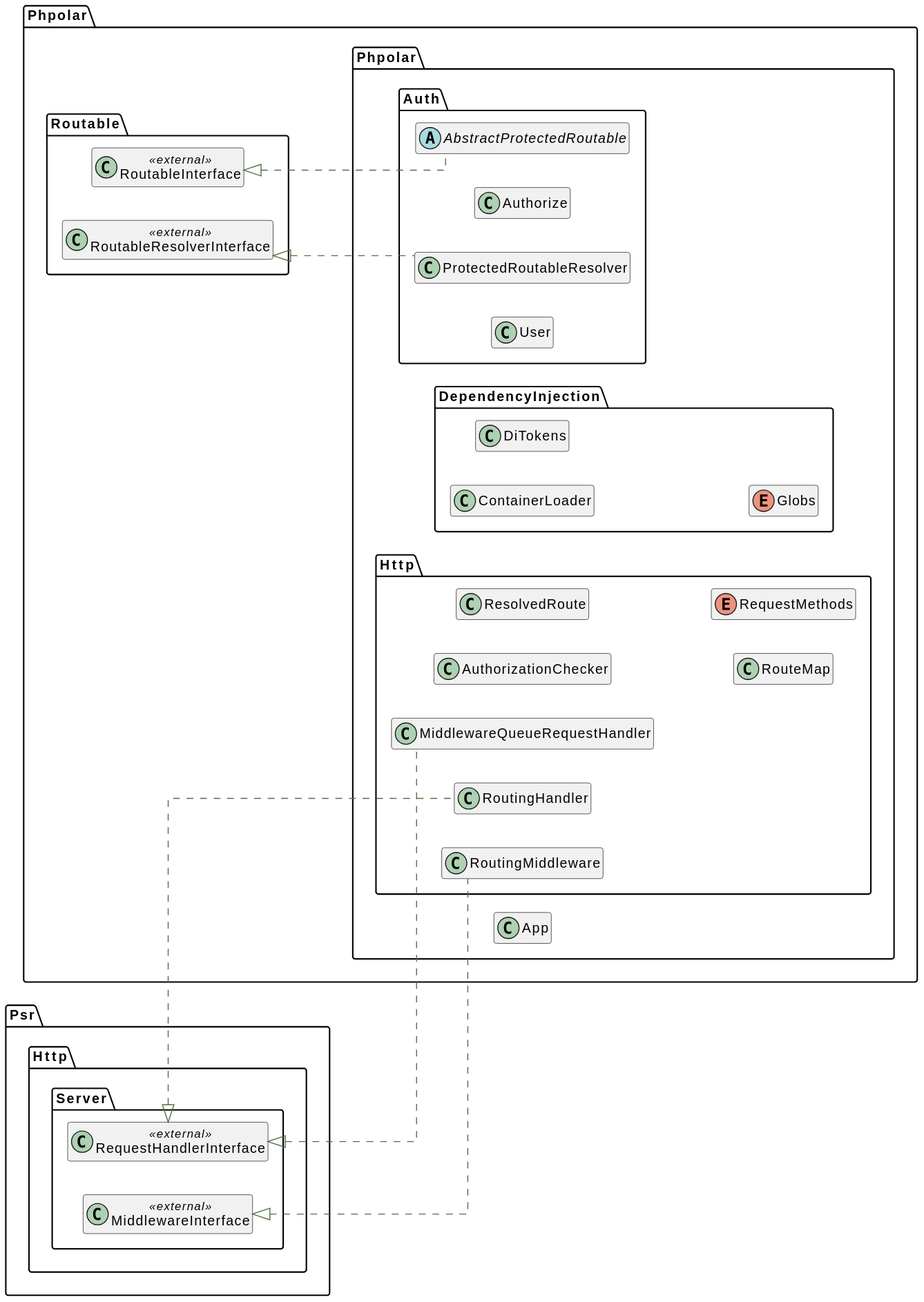
This is docs/graphs/classes.svg from phpolar/phpolar, a PlantUML export, as it was before one commit.
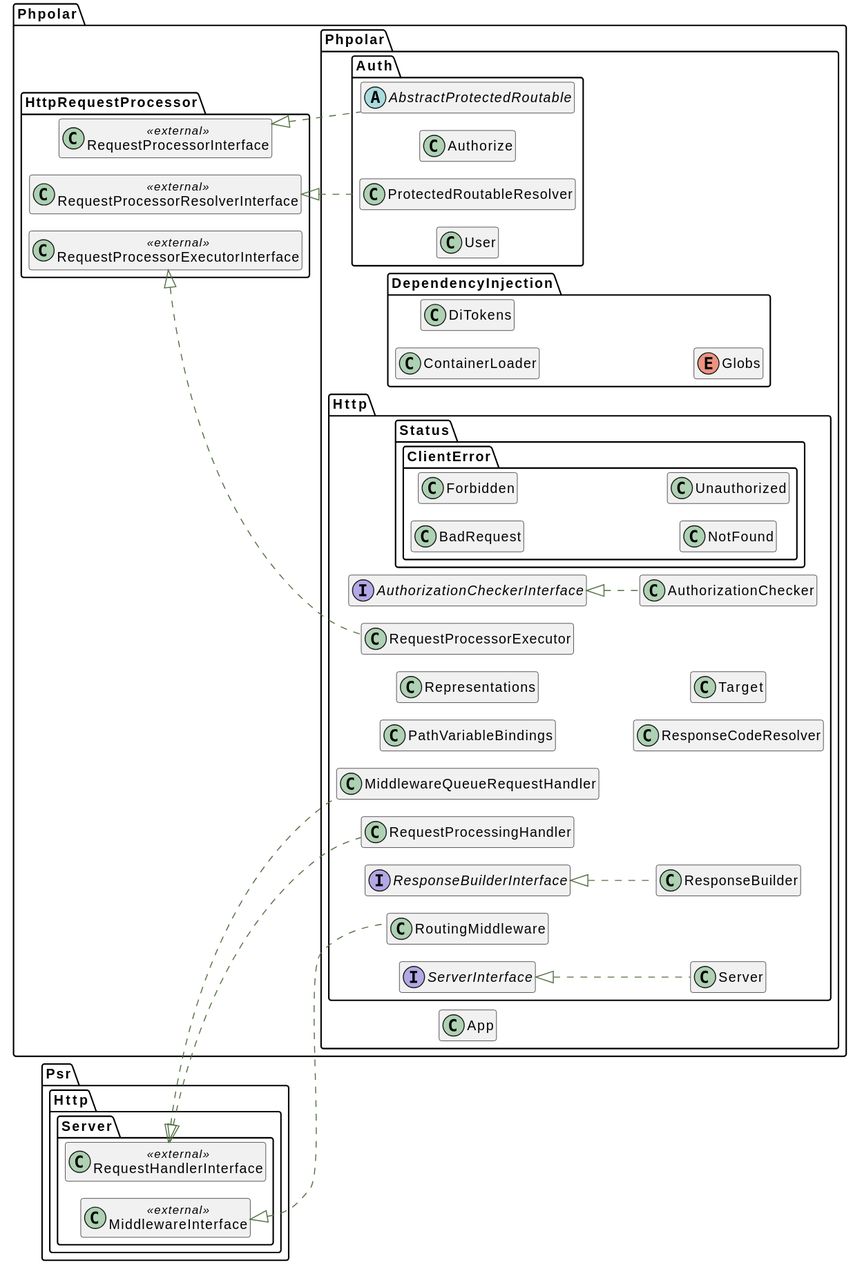
Later version of the same file.

Diff of the diagram source:
```diff
@@ -1,4 +1,5 @@
 @startuml
+!pragma layout smetana
    skinparam ArrowColor #516f42
    skinparam activityBorderColor #516f42
    skinparam activityBackgroundColor #ffffff
@@ -16,24 +17,24 @@
      class "App" as App__class    {
     }
 }
-namespace Phpolar\\Routable {
-    class "RoutableInterface" as RoutableInterface__class << external >>{
+namespace Phpolar\\HttpRequestProcessor {
+    class "RequestProcessorInterface" as RequestProcessorInterface__class << external >>{
     }
 }
 namespace Phpolar\\Phpolar\\Auth {
-    abstract  class "AbstractProtectedRoutable" as AbstractProtectedRoutable__class    implements \\Phpolar\\Routable\\RoutableInterface__class {
+    abstract  class "AbstractProtectedRoutable" as AbstractProtectedRoutable__class    implements \\Phpolar\\HttpRequestProcessor\\RequestProcessorInterface__class {
     }
 }
 namespace Phpolar\\Phpolar\\Auth {
      class "Authorize" as Authorize__class    {
     }
 }
-namespace Phpolar\\Routable {
-    class "RoutableResolverInterface" as RoutableResolverInterface__class << external >>{
+namespace Phpolar\\HttpRequestProcessor {
+    class "RequestProcessorResolverInterface" as RequestProcessorResolverInterface__class << external >>{
     }
 }
 namespace Phpolar\\Phpolar\\Auth {
-     class "ProtectedRoutableResolver" as ProtectedRoutableResolver__class    implements \\Phpolar\\Routable\\RoutableResolverInterface__class {
+     class "ProtectedRoutableResolver" as ProtectedRoutableResolver__class    implements \\Phpolar\\HttpRequestProcessor\\RequestProcessorResolverInterface__class {
     }
 }
 namespace Phpolar\\Phpolar\\Auth {
@@ -53,7 +54,11 @@
     }
 }
 namespace Phpolar\\Phpolar\\Http {
-     class "AuthorizationChecker" as AuthorizationChecker__class    {
+    interface "AuthorizationCheckerInterface" as AuthorizationCheckerInterface__interface  {
+    }
+}
+namespace Phpolar\\Phpolar\\Http {
+     class "AuthorizationChecker" as AuthorizationChecker__class    implements \\Phpolar\\Phpolar\\Http\\AuthorizationCheckerInterface__interface {
     }
 }
 namespace Psr\\Http\\Server {
@@ -65,15 +70,35 @@
     }
 }
 namespace Phpolar\\Phpolar\\Http {
-     class "ResolvedRoute" as ResolvedRoute__class    {
+     class "PathVariableBindings" as PathVariableBindings__class    {
     }
 }
 namespace Phpolar\\Phpolar\\Http {
-     class "RouteMap" as RouteMap__class    {
+     class "Representations" as Representations__class    {
     }
 }
 namespace Phpolar\\Phpolar\\Http {
-     class "RoutingHandler" as RoutingHandler__class    implements \\Psr\\Http\\Server\\RequestHandlerInterface__class {
+     class "RequestProcessingHandler" as RequestProcessingHandler__class    implements \\Psr\\Http\\Server\\RequestHandlerInterface__class {
+    }
+}
+namespace Phpolar\\HttpRequestProcessor {
+    class "RequestProcessorExecutorInterface" as RequestProcessorExecutorInterface__class << external >>{
+    }
+}
+namespace Phpolar\\Phpolar\\Http {
+     class "RequestProcessorExecutor" as RequestProcessorExecutor__class    implements \\Phpolar\\HttpRequestProcessor\\RequestProcessorExecutorInterface__class {
+    }
+}
+namespace Phpolar\\Phpolar\\Http {
+    interface "ResponseBuilderInterface" as ResponseBuilderInterface__interface  {
+    }
+}
+namespace Phpolar\\Phpolar\\Http {
+     class "ResponseBuilder" as ResponseBuilder__class    implements \\Phpolar\\Phpolar\\Http\\ResponseBuilderInterface__interface {
+    }
+}
+namespace Phpolar\\Phpolar\\Http {
+     class "ResponseCodeResolver" as ResponseCodeResolver__class    {
     }
 }
 namespace Psr\\Http\\Server {
@@ -85,7 +110,31 @@
     }
 }
 namespace Phpolar\\Phpolar\\Http {
-    enum "RequestMethods" as RequestMethods__enum {
+    interface "ServerInterface" as ServerInterface__interface  {
+    }
+}
+namespace Phpolar\\Phpolar\\Http {
+     class "Server" as Server__class    implements \\Phpolar\\Phpolar\\Http\\ServerInterface__interface {
+    }
+}
+namespace Phpolar\\Phpolar\\Http {
+     class "Target" as Target__class    {
+    }
+}
+namespace Phpolar\\Phpolar\\Http\\Status\\ClientError {
+     class "BadRequest" as BadRequest__class    {
+    }
+}
+namespace Phpolar\\Phpolar\\Http\\Status\\ClientError {
+     class "Forbidden" as Forbidden__class    {
+    }
+}
+namespace Phpolar\\Phpolar\\Http\\Status\\ClientError {
+     class "NotFound" as NotFound__class    {
+    }
+}
+namespace Phpolar\\Phpolar\\Http\\Status\\ClientError {
+     class "Unauthorized" as Unauthorized__class    {
     }
 }
 @enduml
```
